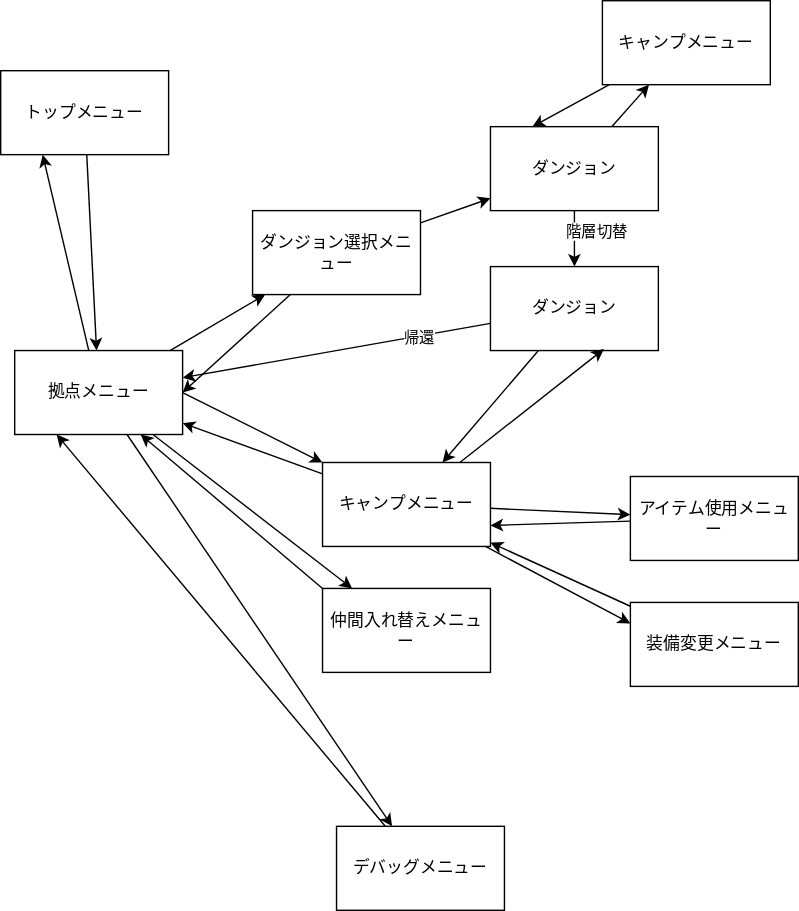
Before: docs/images/20231210state.drawio.svg, a diagram exported from draw.io (kijimaD/ruins). Source tidied: cells renumbered, new cells last; positions are measured from the earlier drawing's top-left corner, leaving out a move shared by most shapes.
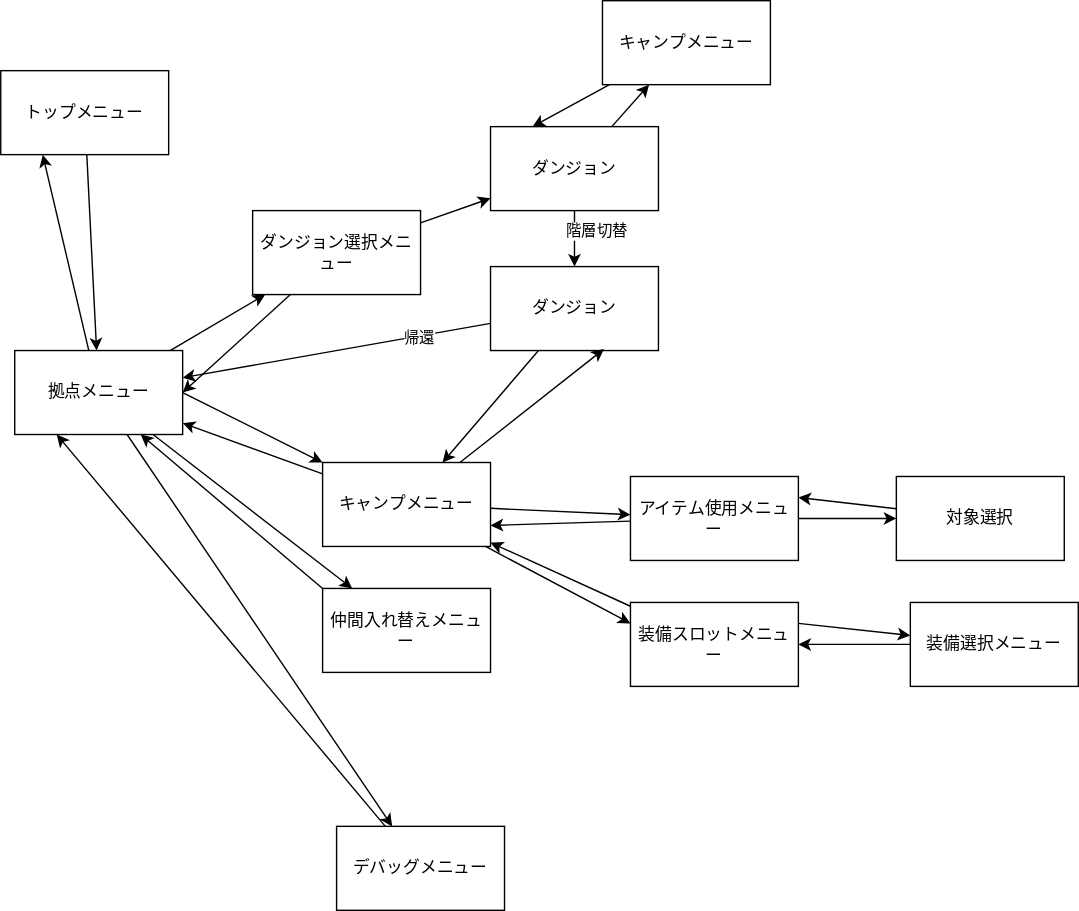
Above is the later version.

Change to the diagram source:
```diff
@@ -76,6 +76,9 @@
     <mxCell id="25" style="edgeStyle=none;html=1;entryX=1;entryY=0.75;entryDx=0;entryDy=0;" parent="1" edge="1" source="26" target="31">
       <mxGeometry relative="1" as="geometry" />
     </mxCell>
+    <mxCell id="36" style="edgeStyle=none;html=1;" parent="1" edge="1" source="26" target="41">
+      <mxGeometry relative="1" as="geometry" />
+    </mxCell>
     <mxCell id="26" value="アイテム使用メニュー" style="whiteSpace=wrap;html=1;" parent="1" vertex="1">
       <mxGeometry x="450" y="340" width="120" height="60" as="geometry" />
     </mxCell>
@@ -97,7 +100,10 @@
     <mxCell id="32" style="edgeStyle=none;html=1;" parent="1" edge="1" source="33" target="31">
       <mxGeometry relative="1" as="geometry" />
     </mxCell>
+    <mxCell id="37" style="edgeStyle=none;html=1;exitX=1;exitY=0.25;exitDx=0;exitDy=0;" parent="1" edge="1" source="33" target="39">
+      <mxGeometry relative="1" as="geometry" />
+    </mxCell>
-    <mxCell id="33" value="装備変更メニュー" style="whiteSpace=wrap;html=1;" parent="1" vertex="1">
+    <mxCell id="33" value="装備スロットメニュー" style="whiteSpace=wrap;html=1;" parent="1" vertex="1">
       <mxGeometry x="450" y="430" width="120" height="60" as="geometry" />
     </mxCell>
     <mxCell id="34" style="edgeStyle=none;html=1;entryX=0.75;entryY=1;entryDx=0;entryDy=0;exitX=0;exitY=0;exitDx=0;exitDy=0;" parent="1" edge="1" source="35" target="7">
@@ -106,5 +112,17 @@
     <mxCell id="35" value="仲間入れ替えメニュー" style="whiteSpace=wrap;html=1;" parent="1" vertex="1">
       <mxGeometry x="230" y="420" width="120" height="60" as="geometry" />
     </mxCell>
+    <mxCell id="38" style="edgeStyle=none;html=1;entryX=1;entryY=0.5;entryDx=0;entryDy=0;" parent="1" edge="1" source="39" target="33">
+      <mxGeometry relative="1" as="geometry" />
+    </mxCell>
+    <mxCell id="39" value="装備選択メニュー" style="whiteSpace=wrap;html=1;" parent="1" vertex="1">
+      <mxGeometry x="650" y="430" width="120" height="60" as="geometry" />
+    </mxCell>
+    <mxCell id="40" style="edgeStyle=none;html=1;entryX=1;entryY=0.25;entryDx=0;entryDy=0;" parent="1" edge="1" source="41" target="26">
+      <mxGeometry relative="1" as="geometry" />
+    </mxCell>
+    <mxCell id="41" value="対象選択" style="whiteSpace=wrap;html=1;" parent="1" vertex="1">
+      <mxGeometry x="640" y="340" width="120" height="60" as="geometry" />
+    </mxCell>
   </root>
 </mxGraphModel>
```
